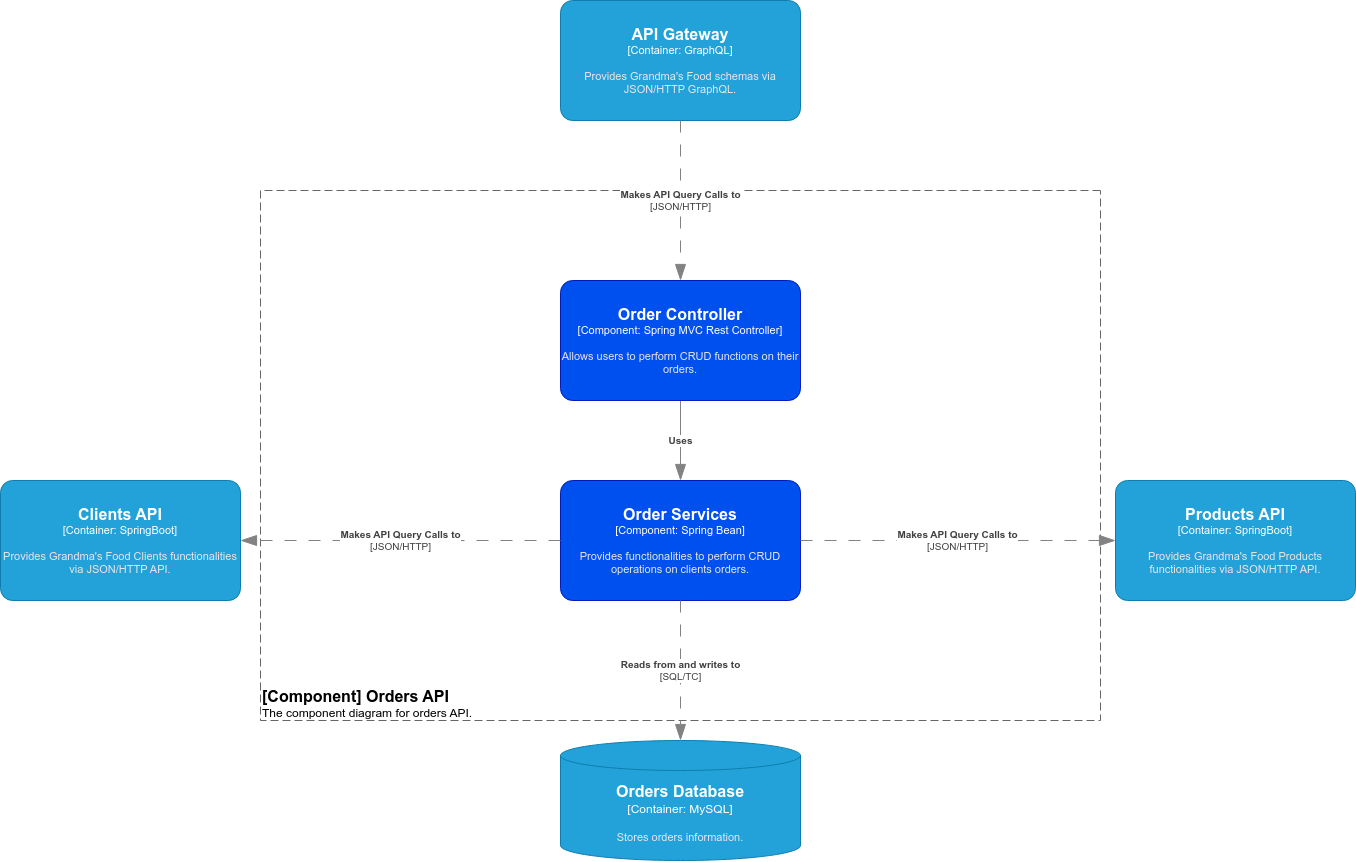
juan-bueno-01/java-project keeps this draw.io diagram as images/c4/component_diagram_orders.png. Above is the earlier version. Source tidied: cells renumbered, new cells last; positions are measured from the earlier drawing's top-left corner, leaving out a move shared by most shapes.
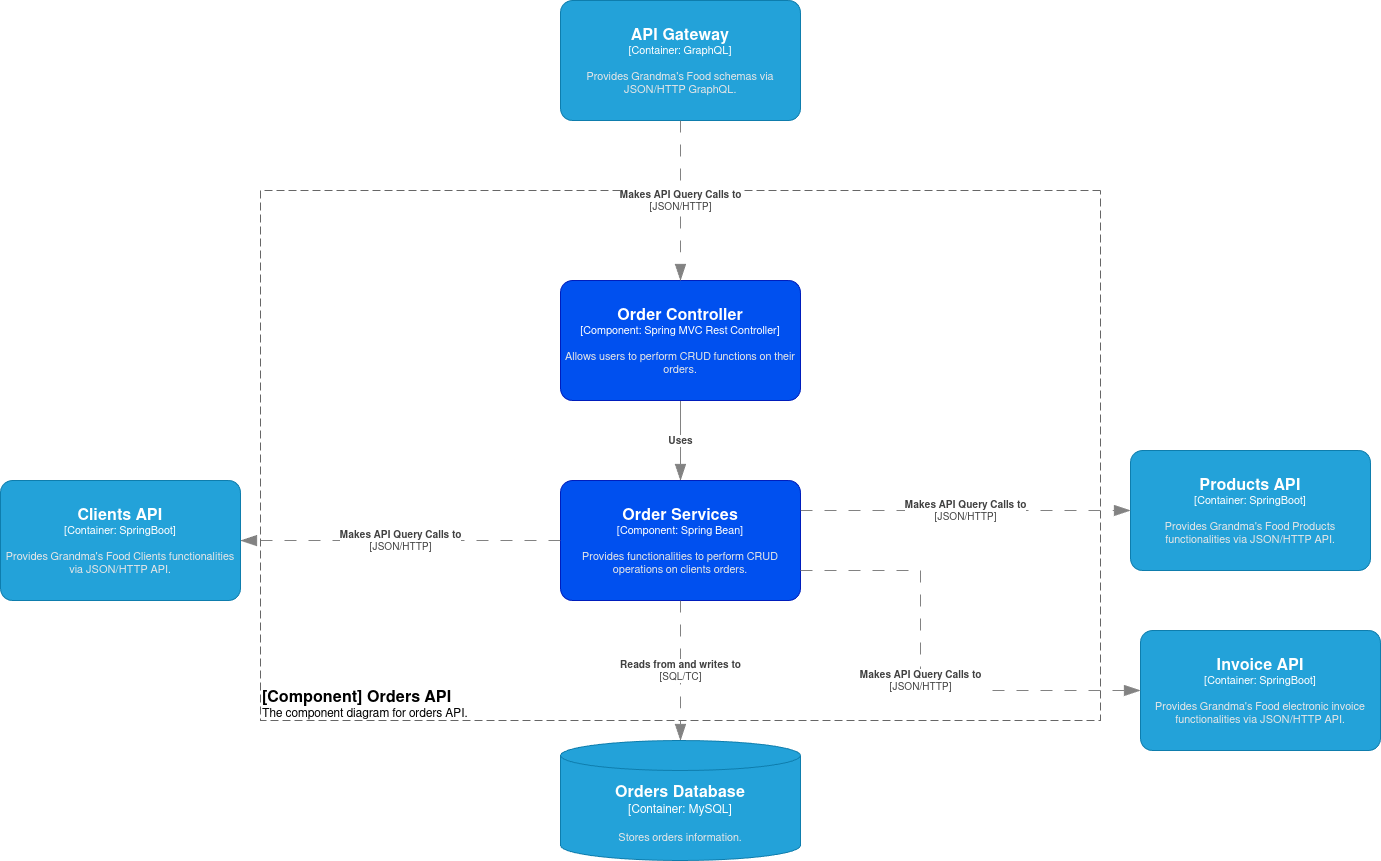
Above is the later version.

Change to the diagram source:
```diff
@@ -60,7 +60,7 @@
     </object>
     <object id="12" label="&lt;font style=&quot;font-size: 16px&quot;&gt;&lt;b&gt;%c4Name%&lt;/b&gt;&lt;/font&gt;&lt;div&gt;[%c4Type%: %c4Technology%]&lt;/div&gt;&lt;br&gt;&lt;div&gt;&lt;font style=&quot;font-size: 11px&quot;&gt;&lt;font color=&quot;#E6E6E6&quot;&gt;%c4Description%&lt;/font&gt;&lt;/div&gt;" c4Description="Provides Grandma's Food Products functionalities via JSON/HTTP API." c4Name="Products API" c4Technology="SpringBoot" c4Type="Container" placeholders="1">
       <mxCell style="rounded=1;whiteSpace=wrap;html=1;fontSize=11;labelBackgroundColor=none;fillColor=#23A2D9;fontColor=#ffffff;align=center;arcSize=10;strokeColor=#0E7DAD;points=[[0.25,0,0],[0.5,0,0],[0.75,0,0],[1,0.25,0],[1,0.5,0],[1,0.75,0],[0.75,1,0],[0.5,1,0],[0.25,1,0],[0,0.75,0],[0,0.5,0],[0,0.25,0]];" parent="1" vertex="1">
-        <mxGeometry x="1115" y="480" width="240" height="120" as="geometry" />
+        <mxGeometry x="1130" y="450" width="240" height="120" as="geometry" />
       </mxCell>
     </object>
     <object id="13" label="&lt;div style=&quot;text-align: left&quot;&gt;&lt;div style=&quot;text-align: center&quot;&gt;&lt;b&gt;%c4Description%&lt;/b&gt;&lt;/div&gt;&lt;div style=&quot;text-align: center&quot;&gt;[%c4Technology%]&lt;/div&gt;&lt;/div&gt;" c4Description="Makes API Query Calls to" c4Technology="JSON/HTTP" c4Type="Relationship" placeholders="1">
@@ -69,9 +69,24 @@
       </mxCell>
     </object>
     <object id="14" label="&lt;div style=&quot;text-align: left&quot;&gt;&lt;div style=&quot;text-align: center&quot;&gt;&lt;b&gt;%c4Description%&lt;/b&gt;&lt;/div&gt;&lt;div style=&quot;text-align: center&quot;&gt;[%c4Technology%]&lt;/div&gt;&lt;/div&gt;" c4Description="Makes API Query Calls to" c4Technology="JSON/HTTP" c4Type="Relationship" placeholders="1">
-      <mxCell style="endArrow=blockThin;html=1;fontSize=10;fontColor=#404040;strokeWidth=1;endFill=1;strokeColor=#828282;elbow=vertical;endSize=14;startSize=14;jumpStyle=arc;jumpSize=16;rounded=0;edgeStyle=orthogonalEdgeStyle;exitX=1;exitY=0.5;exitDx=0;exitDy=0;exitPerimeter=0;dashed=1;dashPattern=12 12;entryX=0;entryY=0.5;entryDx=0;entryDy=0;entryPerimeter=0;" parent="1" edge="1" source="6" target="12">
+      <mxCell style="endArrow=blockThin;html=1;fontSize=10;fontColor=#404040;strokeWidth=1;endFill=1;strokeColor=#828282;elbow=vertical;endSize=14;startSize=14;jumpStyle=arc;jumpSize=16;rounded=0;edgeStyle=orthogonalEdgeStyle;exitX=1;exitY=0.25;exitDx=0;exitDy=0;exitPerimeter=0;dashed=1;dashPattern=12 12;entryX=0;entryY=0.5;entryDx=0;entryDy=0;entryPerimeter=0;" parent="1" edge="1" source="6" target="12">
         <mxGeometry relative="1" as="geometry" />
       </mxCell>
     </object>
+    <object id="15" label="&lt;font style=&quot;font-size: 16px&quot;&gt;&lt;b&gt;%c4Name%&lt;/b&gt;&lt;/font&gt;&lt;div&gt;[%c4Type%: %c4Technology%]&lt;/div&gt;&lt;br&gt;&lt;div&gt;&lt;font style=&quot;font-size: 11px&quot;&gt;&lt;font color=&quot;#E6E6E6&quot;&gt;%c4Description%&lt;/font&gt;&lt;/div&gt;" c4Description="Provides Grandma's Food electronic invoice functionalities via JSON/HTTP API." c4Name="Invoice API" c4Technology="SpringBoot" c4Type="Container" placeholders="1">
+      <mxCell style="rounded=1;whiteSpace=wrap;html=1;fontSize=11;labelBackgroundColor=none;fillColor=#23A2D9;fontColor=#ffffff;align=center;arcSize=10;strokeColor=#0E7DAD;points=[[0.25,0,0],[0.5,0,0],[0.75,0,0],[1,0.25,0],[1,0.5,0],[1,0.75,0],[0.75,1,0],[0.5,1,0],[0.25,1,0],[0,0.75,0],[0,0.5,0],[0,0.25,0]];" parent="1" vertex="1">
+        <mxGeometry x="1140" y="630" width="240" height="120" as="geometry" />
+      </mxCell>
+    </object>
+    <object id="16" label="&lt;div style=&quot;text-align: left&quot;&gt;&lt;div style=&quot;text-align: center&quot;&gt;&lt;b&gt;%c4Description%&lt;/b&gt;&lt;/div&gt;&lt;div style=&quot;text-align: center&quot;&gt;[%c4Technology%]&lt;/div&gt;&lt;/div&gt;" c4Description="Makes API Query Calls to" c4Technology="JSON/HTTP" c4Type="Relationship" placeholders="1">
+      <mxCell style="endArrow=blockThin;html=1;fontSize=10;fontColor=#404040;strokeWidth=1;endFill=1;strokeColor=#828282;elbow=vertical;endSize=14;startSize=14;jumpStyle=arc;jumpSize=16;rounded=0;edgeStyle=orthogonalEdgeStyle;exitX=1;exitY=0.75;exitDx=0;exitDy=0;exitPerimeter=0;dashed=1;dashPattern=12 12;entryX=0;entryY=0.5;entryDx=0;entryDy=0;entryPerimeter=0;" parent="1" edge="1" source="6" target="15">
+        <mxGeometry relative="1" as="geometry">
+          <Array as="points">
+            <mxPoint x="920" y="570" />
+            <mxPoint x="920" y="690" />
+          </Array>
+        </mxGeometry>
+      </mxCell>
+    </object>
   </root>
 </mxGraphModel>
```
